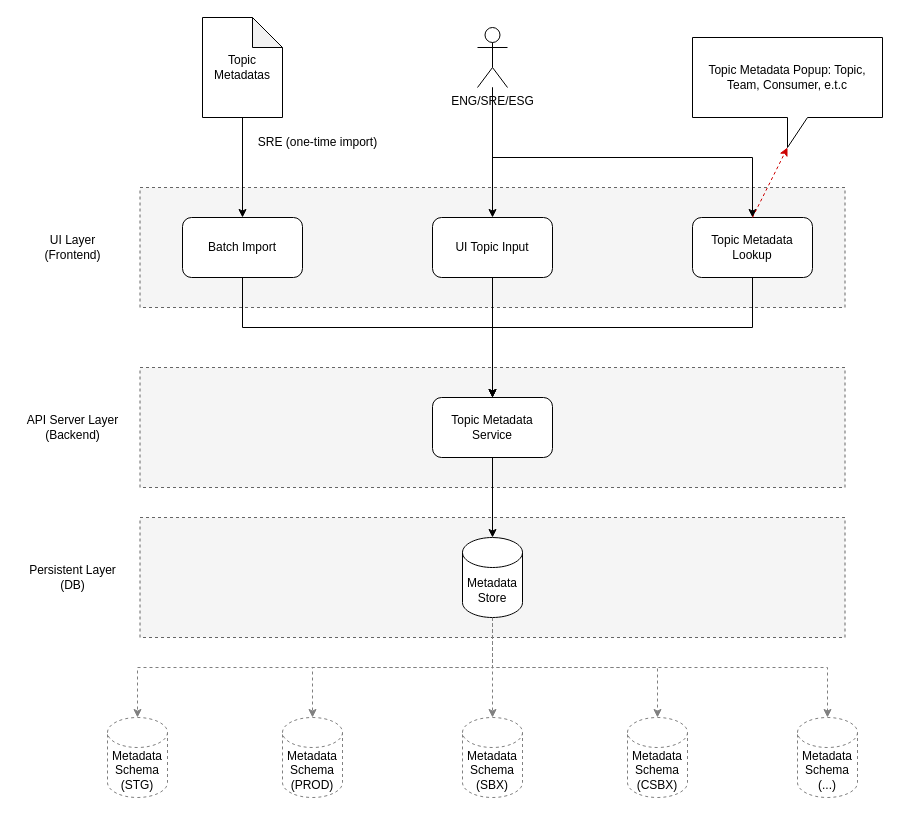
This is Kafka Metadata Solution.drawio from jiangtao7/draw.io, a draw.io file, before an edit. Source tidied: cells renumbered, new cells numbered last; positions are measured from the earlier drawing's top-left corner, leaving out a move shared by most shapes. Both pictures are drawn from the tidied source at 100%, with x=0, y=0 at pixel (17, 17).
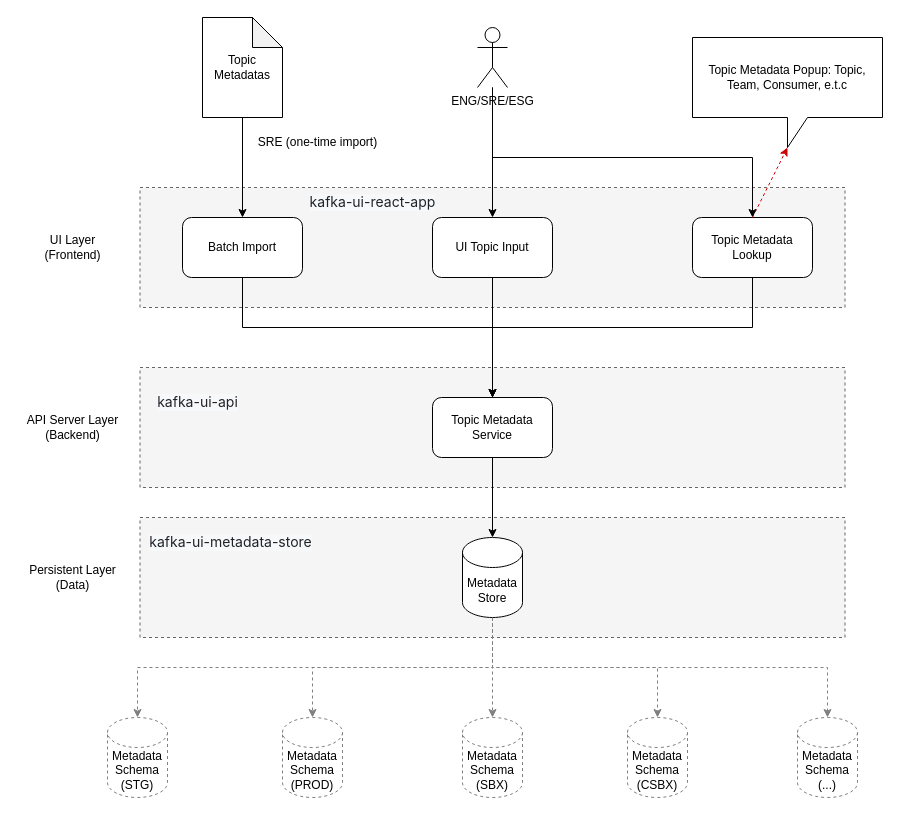
After the change.

Change to the diagram source:
```diff
@@
-    <mxCell id="34" value="Persistent Layer&lt;div&gt;(DB)&lt;/div&gt;" style="text;html=1;align=center;verticalAlign=middle;strokeColor=none;fillColor=none;" parent="1" vertex="1">
+    <mxCell id="34" value="Persistent Layer&lt;div&gt;(Data)&lt;/div&gt;" style="text;html=1;align=center;verticalAlign=middle;strokeColor=none;fillColor=none;" parent="1" vertex="1">
       <mxGeometry y="540" width="110" height="40" as="geometry" />
     </mxCell>
+    <mxCell id="35" value="&lt;h3 style=&quot;box-sizing: border-box; margin: 0px; font-size: 14px; font-weight: var(--base-text-weight-normal, 400); color: rgb(31, 35, 40); font-family: -apple-system, &amp;quot;system-ui&amp;quot;, &amp;quot;Segoe UI&amp;quot;, &amp;quot;Noto Sans&amp;quot;, Helvetica, Arial, sans-serif, &amp;quot;Apple Color Emoji&amp;quot;, &amp;quot;Segoe UI Emoji&amp;quot;; text-align: left; text-wrap: wrap; background-color: rgb(246, 248, 250);&quot;&gt;&lt;div class=&quot;react-directory-truncate&quot; style=&quot;box-sizing: border-box; display: inline-block; max-width: 100%; overflow: hidden; text-overflow: ellipsis; white-space: pre; vertical-align: top;&quot;&gt;kafka-ui-react-app&lt;/div&gt;&lt;/h3&gt;" style="text;html=1;align=center;verticalAlign=middle;strokeColor=none;fillColor=none;" parent="1" vertex="1">
+      <mxGeometry x="280" y="170" width="150" height="30" as="geometry" />
+    </mxCell>
+    <mxCell id="36" value="&lt;h3 style=&quot;box-sizing: border-box; margin: 0px; font-size: 14px; font-weight: var(--base-text-weight-normal, 400); color: rgb(31, 35, 40); font-family: -apple-system, &amp;quot;system-ui&amp;quot;, &amp;quot;Segoe UI&amp;quot;, &amp;quot;Noto Sans&amp;quot;, Helvetica, Arial, sans-serif, &amp;quot;Apple Color Emoji&amp;quot;, &amp;quot;Segoe UI Emoji&amp;quot;; text-align: left; text-wrap: wrap; background-color: rgb(246, 248, 250);&quot;&gt;&lt;div style=&quot;box-sizing: border-box; display: inline-block; max-width: 100%; overflow: hidden; text-overflow: ellipsis; white-space: pre; vertical-align: top;&quot; class=&quot;react-directory-truncate&quot;&gt;kafka-ui-api&lt;/div&gt;&lt;/h3&gt;" style="text;html=1;align=center;verticalAlign=middle;strokeColor=none;fillColor=none;fontStyle=4;" parent="1" vertex="1">
+      <mxGeometry x="130" y="370" width="100" height="30" as="geometry" />
+    </mxCell>
+    <mxCell id="37" value="&lt;h3 style=&quot;box-sizing: border-box; margin: 0px; font-size: 14px; font-weight: var(--base-text-weight-normal, 400); color: rgb(31, 35, 40); font-family: -apple-system, &amp;quot;system-ui&amp;quot;, &amp;quot;Segoe UI&amp;quot;, &amp;quot;Noto Sans&amp;quot;, Helvetica, Arial, sans-serif, &amp;quot;Apple Color Emoji&amp;quot;, &amp;quot;Segoe UI Emoji&amp;quot;; text-align: left; text-wrap: wrap; background-color: rgb(246, 248, 250);&quot;&gt;&lt;div class=&quot;react-directory-truncate&quot; style=&quot;box-sizing: border-box; display: inline-block; max-width: 100%; overflow: hidden; text-overflow: ellipsis; white-space: pre; vertical-align: top;&quot;&gt;&lt;span&gt;kafka-ui-metadata-store&lt;/span&gt;&lt;/div&gt;&lt;/h3&gt;" style="text;html=1;align=center;verticalAlign=middle;strokeColor=none;fillColor=none;fontStyle=4;" parent="1" vertex="1">
+      <mxGeometry x="122.5" y="510" width="180" height="30" as="geometry" />
+    </mxCell>
```
